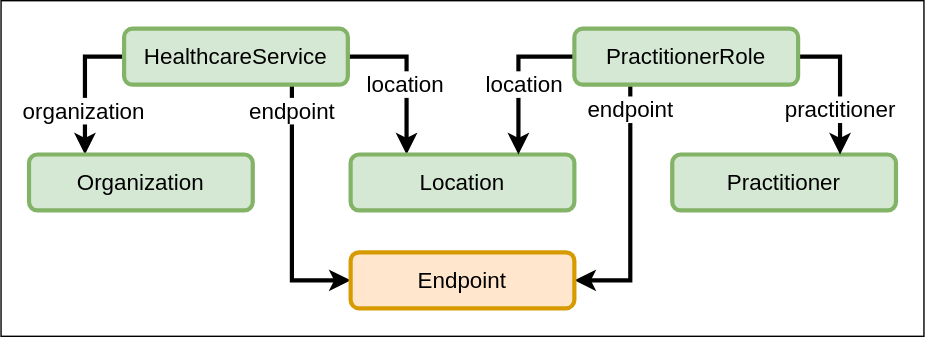
The draw.io diagram images/VZD_FHIR_Directory_Resourcen.svg in gematik/api-vzd, before a commit. Source tidied: cells renumbered, new cells last; positions are measured from the earlier drawing's top-left corner, leaving out a move shared by most shapes.
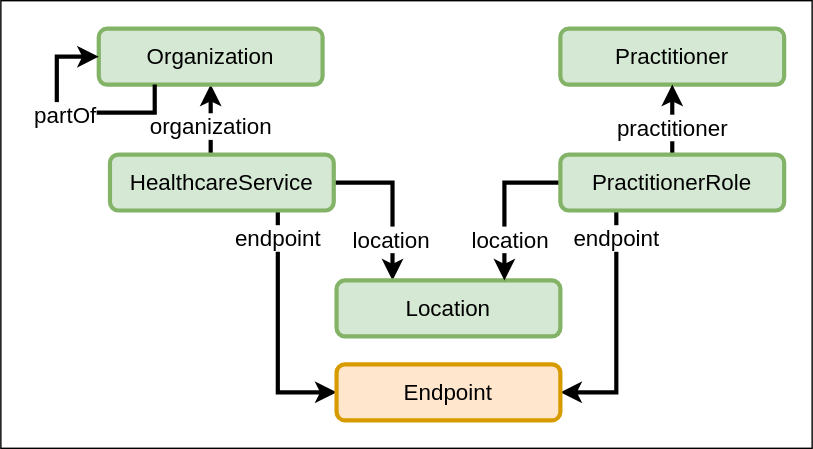
The same diagram one commit later.

The edit, as a diff of the source:
```diff
@@ -3,14 +3,14 @@
     <mxCell id="0" />
     <mxCell id="1" parent="0" />
     <mxCell id="2" style="rounded=0;whiteSpace=wrap;html=1;fontSize=16;fillColor=none;" parent="1" vertex="1">
-      <mxGeometry width="660" height="240" as="geometry" />
+      <mxGeometry x="10" y="-90" width="580" height="320" as="geometry" />
     </mxCell>
-    <mxCell id="3" style="edgeStyle=orthogonalEdgeStyle;rounded=0;jettySize=auto;html=1;exitX=0;exitY=0.5;exitDx=0;exitDy=0;entryX=0.25;entryY=0;entryDx=0;entryDy=0;strokeWidth=3;" parent="1" edge="1" source="9" target="12">
+    <mxCell id="3" style="edgeStyle=orthogonalEdgeStyle;rounded=0;jettySize=auto;html=1;exitX=0.45;exitY=0;exitDx=0;exitDy=0;entryX=0.5;entryY=1;entryDx=0;entryDy=0;strokeWidth=3;exitPerimeter=0;" parent="1" edge="1" source="9" target="12">
       <mxGeometry relative="1" as="geometry" />
     </mxCell>
     <mxCell id="4" value="organization" style="edgeLabel;html=1;align=center;verticalAlign=middle;fontSize=16;" parent="3" vertex="1">
       <mxGeometry x="0.14" y="-1" relative="1" as="geometry">
-        <mxPoint y="11" as="offset" />
+        <mxPoint x="-1" y="8" as="offset" />
       </mxGeometry>
     </mxCell>
     <mxCell id="5" style="edgeStyle=orthogonalEdgeStyle;rounded=0;jettySize=auto;html=1;entryX=0.25;entryY=0;entryDx=0;entryDy=0;strokeWidth=3;" parent="1" edge="1" source="9" target="10">
@@ -18,7 +18,7 @@
     </mxCell>
     <mxCell id="6" value="location" style="edgeLabel;html=1;align=center;verticalAlign=middle;fontSize=16;" parent="5" vertex="1">
       <mxGeometry x="0.05" y="-1" relative="1" as="geometry">
-        <mxPoint y="3" as="offset" />
+        <mxPoint y="23" as="offset" />
       </mxGeometry>
     </mxCell>
     <mxCell id="7" style="edgeStyle=orthogonalEdgeStyle;rounded=0;jettySize=auto;html=1;exitX=0.75;exitY=1;exitDx=0;exitDy=0;entryX=0;entryY=0.5;entryDx=0;entryDy=0;strokeWidth=3;" parent="1" edge="1" source="9" target="20">
@@ -26,7 +26,7 @@
     </mxCell>
     <mxCell id="8" value="endpoint" style="edgeLabel;html=1;align=center;verticalAlign=middle;fontSize=16;" parent="7" vertex="1">
       <mxGeometry x="0.28" relative="1" as="geometry">
-        <mxPoint y="-98" as="offset" />
+        <mxPoint y="-90" as="offset" />
       </mxGeometry>
     </mxCell>
     <mxCell id="9" value="HealthcareService" style="rounded=1;whiteSpace=wrap;html=1;fillColor=#d5e8d4;strokeColor=#82b366;strokeWidth=3;fontSize=16;" parent="1" vertex="1">
@@ -36,25 +36,25 @@
       <mxGeometry x="250" y="110" width="160" height="40" as="geometry" />
     </mxCell>
     <mxCell id="11" value="Practitioner" style="rounded=1;whiteSpace=wrap;html=1;fillColor=#d5e8d4;strokeColor=#82b366;strokeWidth=3;fontSize=16;" parent="1" vertex="1">
-      <mxGeometry x="480" y="110" width="160" height="40" as="geometry" />
+      <mxGeometry x="410" y="-70" width="160" height="40" as="geometry" />
     </mxCell>
     <mxCell id="12" value="Organization" style="rounded=1;whiteSpace=wrap;html=1;fillColor=#d5e8d4;strokeColor=#82b366;strokeWidth=3;fontSize=16;" parent="1" vertex="1">
-      <mxGeometry x="20" y="110" width="160" height="40" as="geometry" />
+      <mxGeometry x="80" y="-70" width="160" height="40" as="geometry" />
     </mxCell>
     <mxCell id="13" style="edgeStyle=orthogonalEdgeStyle;rounded=0;jettySize=auto;html=1;exitX=0;exitY=0.5;exitDx=0;exitDy=0;entryX=0.75;entryY=0;entryDx=0;entryDy=0;strokeWidth=3;" parent="1" edge="1" source="19" target="10">
       <mxGeometry relative="1" as="geometry" />
     </mxCell>
     <mxCell id="14" value="location" style="edgeLabel;html=1;align=center;verticalAlign=middle;fontSize=16;" parent="13" vertex="1">
       <mxGeometry relative="1" as="geometry">
-        <mxPoint x="4" y="5" as="offset" />
+        <mxPoint x="4" y="25" as="offset" />
       </mxGeometry>
     </mxCell>
-    <mxCell id="15" style="edgeStyle=orthogonalEdgeStyle;rounded=0;jettySize=auto;html=1;exitX=1;exitY=0.5;exitDx=0;exitDy=0;entryX=0.75;entryY=0;entryDx=0;entryDy=0;strokeWidth=3;" parent="1" edge="1" source="19" target="11">
+    <mxCell id="15" style="edgeStyle=orthogonalEdgeStyle;rounded=0;jettySize=auto;html=1;exitX=0.5;exitY=0;exitDx=0;exitDy=0;entryX=0.5;entryY=1;entryDx=0;entryDy=0;strokeWidth=3;" parent="1" edge="1" source="19" target="11">
       <mxGeometry relative="1" as="geometry" />
     </mxCell>
     <mxCell id="16" value="practitioner" style="edgeLabel;html=1;align=center;verticalAlign=middle;fontSize=16;" parent="15" vertex="1">
       <mxGeometry x="-0.16" y="4" relative="1" as="geometry">
-        <mxPoint x="-4" y="26" as="offset" />
+        <mxPoint x="4" y="1" as="offset" />
       </mxGeometry>
     </mxCell>
     <mxCell id="17" style="edgeStyle=orthogonalEdgeStyle;rounded=0;jettySize=auto;html=1;exitX=0.25;exitY=1;exitDx=0;exitDy=0;entryX=1;entryY=0.5;entryDx=0;entryDy=0;strokeWidth=3;" parent="1" edge="1" source="19" target="20">
@@ -62,14 +62,28 @@
     </mxCell>
     <mxCell id="18" value="endpoint" style="edgeLabel;html=1;align=center;verticalAlign=middle;fontSize=16;" parent="17" vertex="1">
       <mxGeometry x="0.27" y="-2" relative="1" as="geometry">
-        <mxPoint x="2" y="-96" as="offset" />
+        <mxPoint x="2" y="-88" as="offset" />
       </mxGeometry>
     </mxCell>
     <mxCell id="19" value="PractitionerRole" style="rounded=1;whiteSpace=wrap;html=1;fillColor=#d5e8d4;strokeColor=#82b366;strokeWidth=3;fontSize=16;" parent="1" vertex="1">
       <mxGeometry x="410" y="20" width="160" height="40" as="geometry" />
     </mxCell>
     <mxCell id="20" value="Endpoint" style="rounded=1;whiteSpace=wrap;html=1;fillColor=#ffe6cc;strokeColor=#d79b00;strokeWidth=3;fontSize=16;" parent="1" vertex="1">
-      <mxGeometry x="250" y="180" width="160" height="40" as="geometry" />
+      <mxGeometry x="250" y="170" width="160" height="40" as="geometry" />
     </mxCell>
+    <mxCell id="21" style="edgeStyle=orthogonalEdgeStyle;rounded=0;orthogonalLoop=1;jettySize=auto;html=1;entryX=0;entryY=0.5;entryDx=0;entryDy=0;strokeWidth=3;exitX=0.25;exitY=1;exitDx=0;exitDy=0;" parent="1" edge="1" source="12" target="12">
+      <mxGeometry relative="1" as="geometry">
+        <Array as="points">
+          <mxPoint x="120" y="-10" />
+          <mxPoint x="50" y="-10" />
+          <mxPoint x="50" y="-50" />
+        </Array>
+      </mxGeometry>
+    </mxCell>
+    <mxCell id="22" value="partOf" style="edgeLabel;html=1;align=center;verticalAlign=middle;fontSize=16;" parent="21" vertex="1">
+      <mxGeometry x="0.05" y="-1" relative="1" as="geometry">
+        <mxPoint y="3" as="offset" />
+      </mxGeometry>
+    </mxCell>
   </root>
 </mxGraphModel>
```
